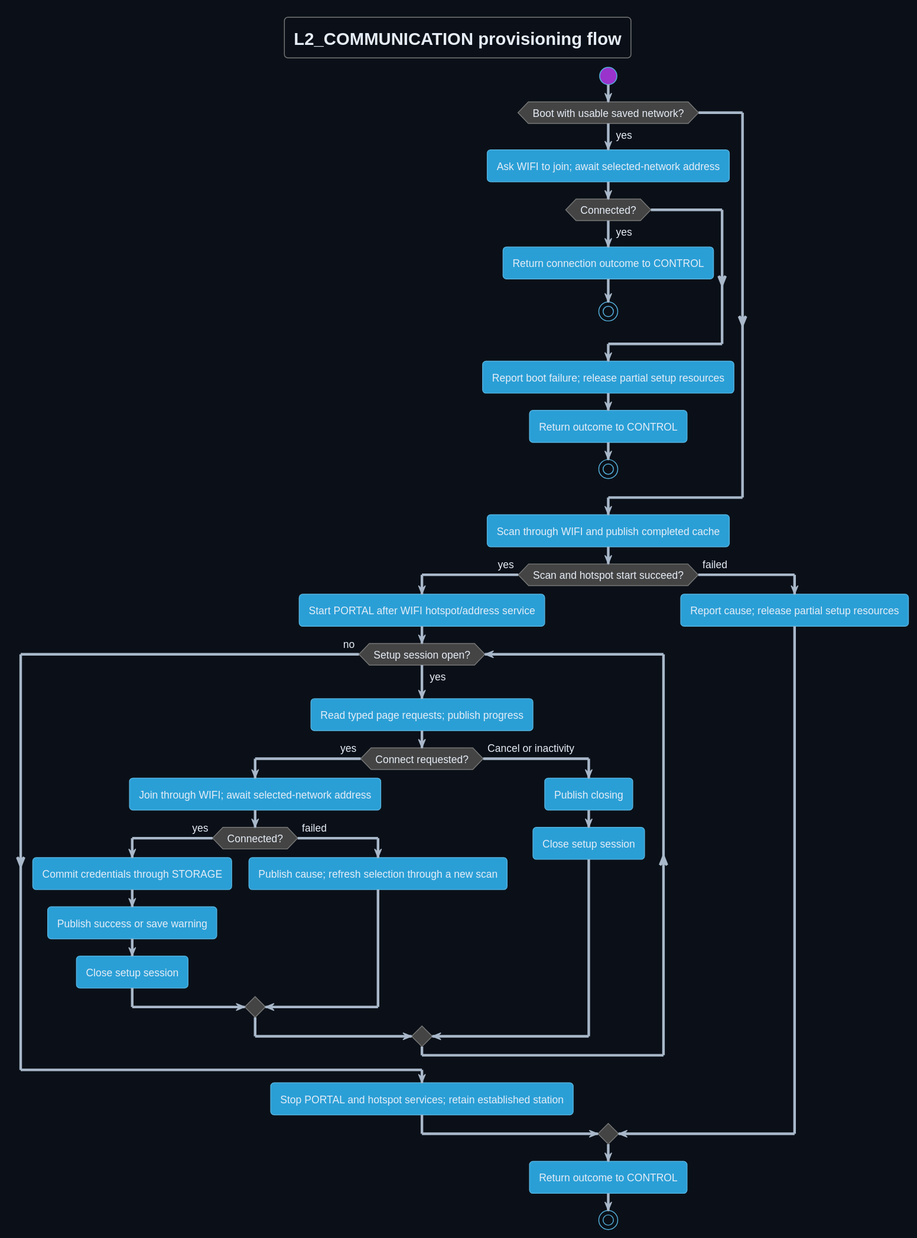
Above: Development/system/architecture/COMMUNICATION/rendered/setup_flow.svg in DemonicPsychoII/DigitalStethoscope (PlantUML), before the change.
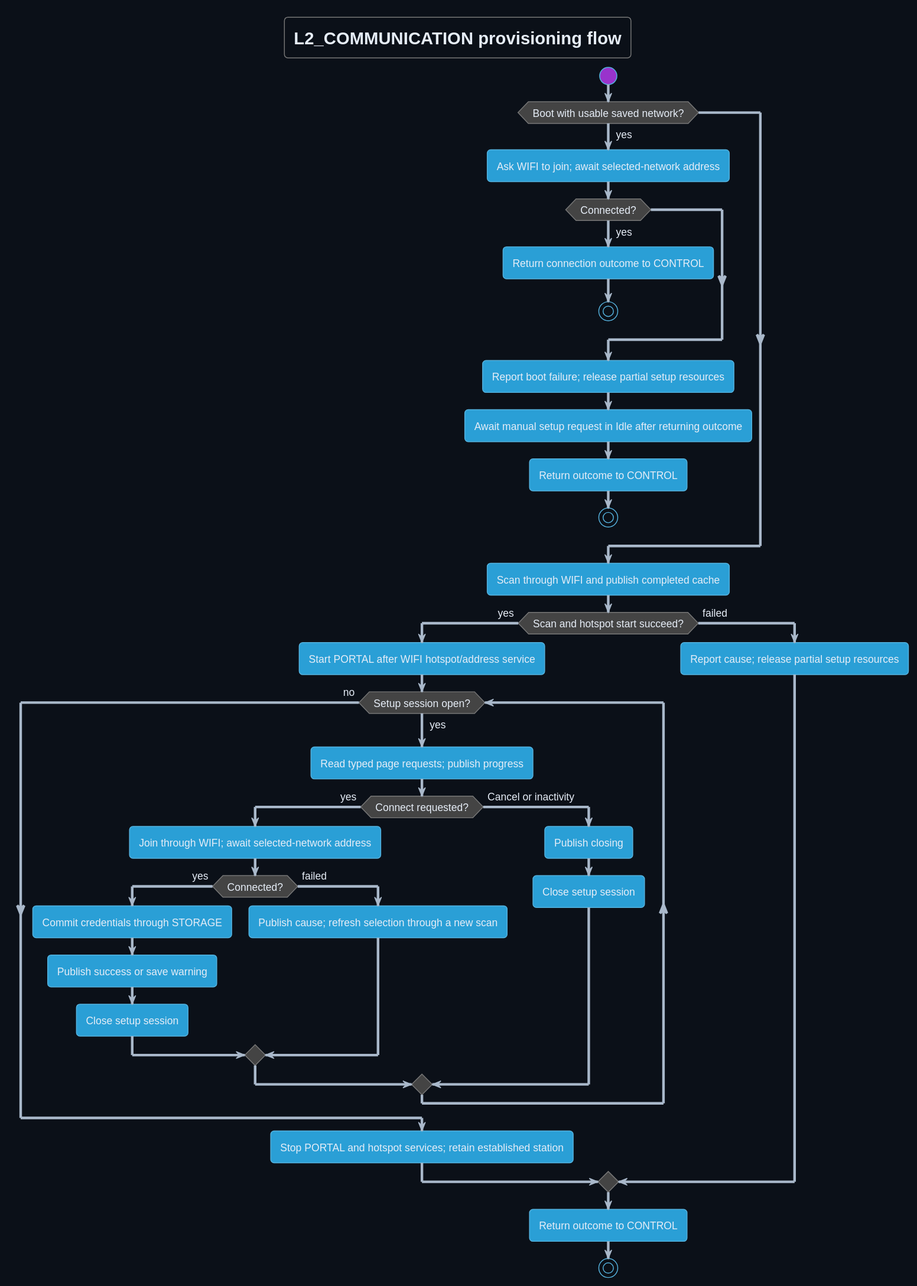
Later version of the same file.

Commit message:
documentation: regenerate the corrected architecture views

Committed by GPT-6.1-Sol on behalf of Nico running in codex.

Diff of the diagram source:
```diff
@@ -14,6 +14,7 @@
   stop
  endif
  :Report boot failure; release partial setup resources;
+ :Await manual setup request in Idle after returning outcome;
  :Return outcome to CONTROL;
  stop
 endif
```
